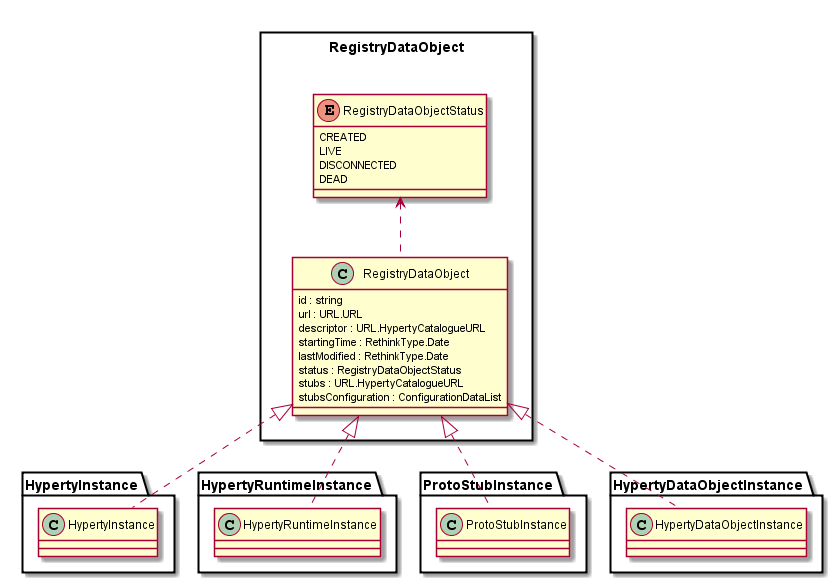
This is docs/datamodel/Registry-Data-Object.png from reTHINK-project/dev-service-framework, a PlantUML export, as it was before one commit.
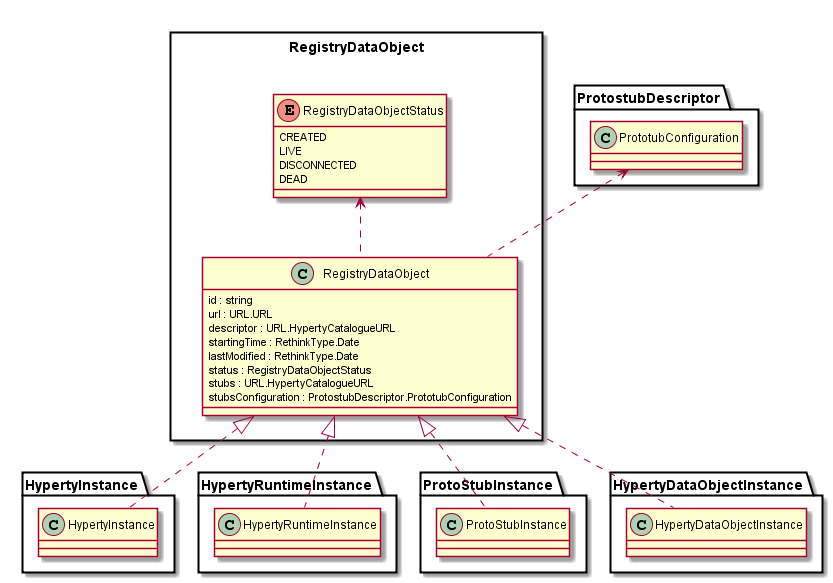
Later version of the same file.

Commit message:
Some fixes in the data model to allow json-schema generation

What changed in the source:
```diff
@@ -10,7 +10,7 @@
 		lastModified : RethinkType.Date
 		status : RegistryDataObjectStatus
 		stubs : URL.HypertyCatalogueURL
-		stubsConfiguration : ConfigurationDataList
+		stubsConfiguration : ProtostubDescriptor.PrototubConfiguration
 	}
 
 	enum RegistryDataObjectStatus {
@@ -21,6 +21,8 @@
 	}
 
 	RegistryDataObject .up.> RegistryDataObjectStatus
+	RegistryDataObject .up.> 	ProtostubDescriptor.PrototubConfiguration
+
 
 	HypertyInstance.HypertyInstance .up.|> RegistryDataObject
 	HypertyRuntimeInstance.HypertyRuntimeInstance .up.|> RegistryDataObject
```
